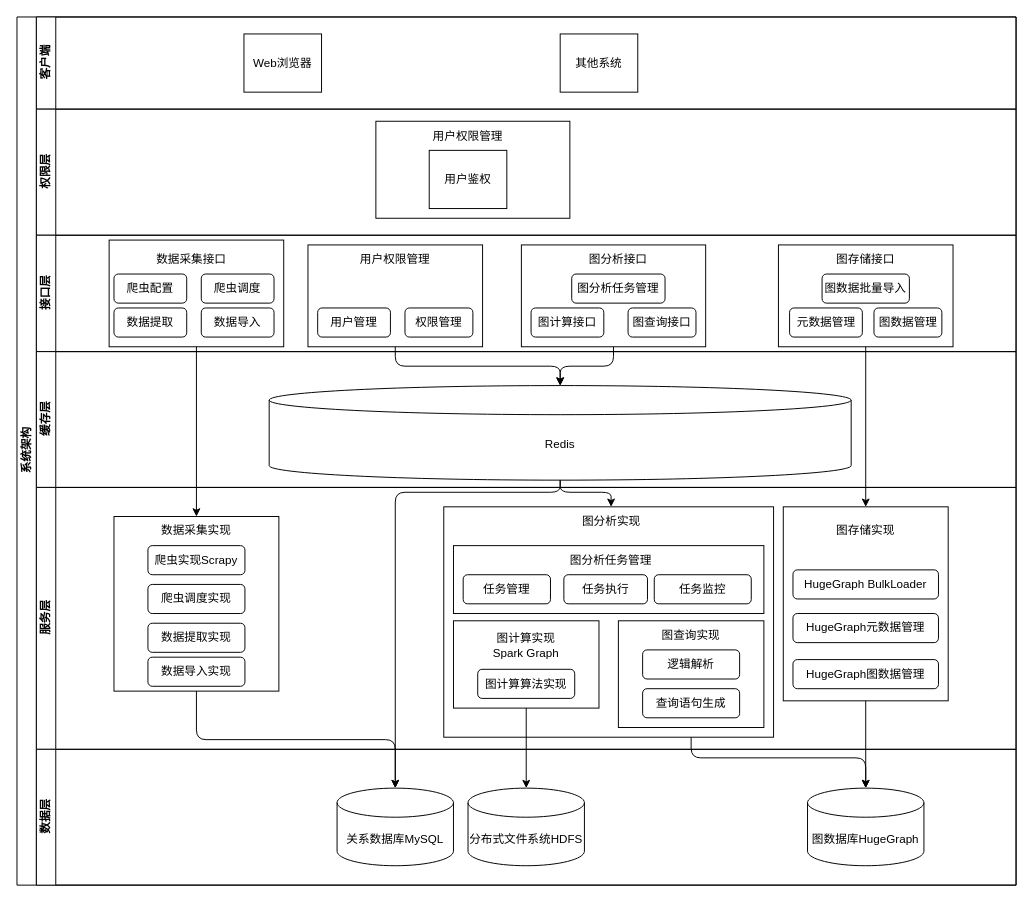
This is 论文架构图.drawio from Missnaughty/drawio, a draw.io file, before an edit. Source tidied: cells renumbered, new cells numbered last; positions are measured from the earlier drawing's top-left corner, leaving out a move shared by most shapes. Both pictures are drawn from the tidied source at 97%, with x=0, y=0 at pixel (16, 16).
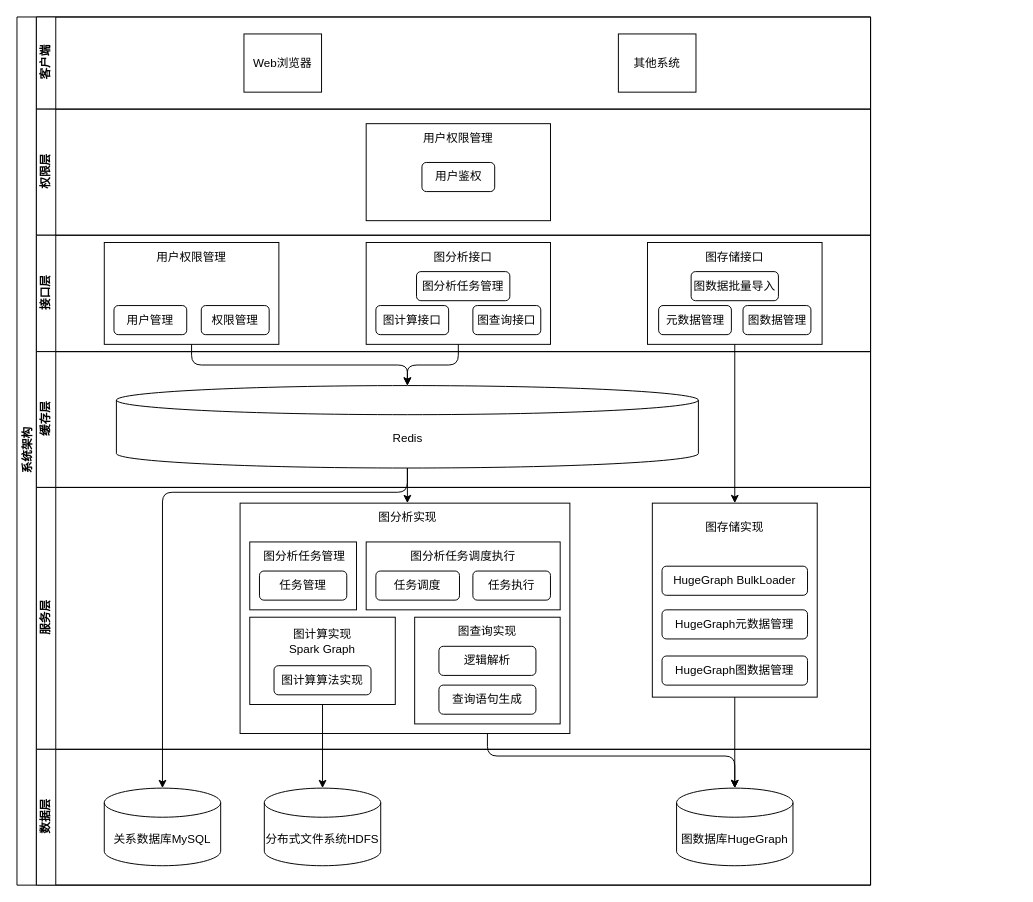
Above is the later version.

Commit message:
更新论文架构图.drawio

What changed in the source:
```diff
@@
     <mxCell id="2" value="系统架构" style="swimlane;html=1;horizontal=0;startSize=20;" parent="1" vertex="1">
-      <mxGeometry width="1030" height="895" as="geometry" />
+      <mxGeometry width="880" height="895" as="geometry" />
     </mxCell>
     <mxCell id="3" value="客户端" style="swimlane;html=1;startSize=20;horizontal=0;" parent="2" vertex="1">
-      <mxGeometry x="20" width="1010" height="95" as="geometry" />
+      <mxGeometry x="20" width="860" height="95" as="geometry" />
     </mxCell>
@@
     <mxCell id="5" value="其他系统" style="rounded=0;whiteSpace=wrap;html=1;fontFamily=Helvetica;fontSize=12;fontColor=#000000;align=center;" parent="3" vertex="1">
-      <mxGeometry x="540" y="17.5" width="80" height="60" as="geometry" />
+      <mxGeometry x="600" y="17.5" width="80" height="60" as="geometry" />
     </mxCell>
     <mxCell id="6" value="权限层" style="swimlane;html=1;startSize=20;horizontal=0;" parent="2" vertex="1">
-      <mxGeometry x="20" y="95" width="1010" height="130" as="geometry" />
+      <mxGeometry x="20" y="95" width="860" height="130" as="geometry" />
     </mxCell>
     <mxCell id="7" style="rounded=0;whiteSpace=wrap;html=1;fontFamily=Helvetica;fontSize=12;fontColor=#000000;align=center;" parent="6" vertex="1">
-      <mxGeometry x="350" y="12.5" width="200" height="100" as="geometry" />
+      <mxGeometry x="340" y="15" width="190" height="100" as="geometry" />
     </mxCell>
+    <mxCell id="9" value="用户权限管理" style="text;html=1;strokeColor=none;fillColor=none;align=center;verticalAlign=middle;whiteSpace=wrap;rounded=0;" parent="6" vertex="1">
+      <mxGeometry x="370" y="15" width="130" height="30" as="geometry" />
+    </mxCell>
-    <mxCell id="8" value="用户鉴权" style="rounded=0;whiteSpace=wrap;html=1;fontFamily=Helvetica;fontSize=12;fontColor=#000000;align=center;" parent="6" vertex="1">
-      <mxGeometry x="405" y="42.5" width="80" height="60" as="geometry" />
+    <mxCell id="8" value="用户鉴权" style="rounded=1;whiteSpace=wrap;html=1;" parent="6" vertex="1">
+      <mxGeometry x="397.5" y="55" width="75" height="30" as="geometry" />
     </mxCell>
-    <mxCell id="9" value="用户权限管理" style="text;html=1;strokeColor=none;fillColor=none;align=center;verticalAlign=middle;whiteSpace=wrap;rounded=0;" parent="6" vertex="1">
-      <mxGeometry x="380" y="12.5" width="130" height="30" as="geometry" />
-    </mxCell>
     <mxCell id="10" value="接口层" style="swimlane;html=1;startSize=20;horizontal=0;" parent="2" vertex="1">
-      <mxGeometry x="20" y="225" width="1010" height="120" as="geometry" />
+      <mxGeometry x="20" y="225" width="860" height="120" as="geometry" />
     </mxCell>
-    <mxCell id="11" style="rounded=0;whiteSpace=wrap;html=1;fontFamily=Helvetica;fontSize=12;fontColor=#000000;align=center;" parent="10" vertex="1">
-      <mxGeometry x="75" y="5" width="180" height="110" as="geometry" />
-    </mxCell>
     <mxCell id="12" style="rounded=0;whiteSpace=wrap;html=1;fontFamily=Helvetica;fontSize=12;fontColor=#000000;align=center;" parent="10" vertex="1">
-      <mxGeometry x="765" y="10" width="180" height="105" as="geometry" />
+      <mxGeometry x="630" y="7.5" width="180" height="105" as="geometry" />
     </mxCell>
     <mxCell id="13" style="rounded=0;whiteSpace=wrap;html=1;fontFamily=Helvetica;fontSize=12;fontColor=#000000;align=center;" parent="10" vertex="1">
-      <mxGeometry x="500" y="10" width="190" height="105" as="geometry" />
+      <mxGeometry x="340" y="7.5" width="190" height="105" as="geometry" />
     </mxCell>
     <mxCell id="14" value="图计算接口" style="rounded=1;whiteSpace=wrap;html=1;" parent="10" vertex="1">
-      <mxGeometry x="510" y="75" width="75" height="30" as="geometry" />
+      <mxGeometry x="350" y="72.5" width="75" height="30" as="geometry" />
     </mxCell>
     <mxCell id="15" value="图查询接口" style="rounded=1;whiteSpace=wrap;html=1;" parent="10" vertex="1">
-      <mxGeometry x="610" y="75" width="70" height="30" as="geometry" />
+      <mxGeometry x="450" y="72.5" width="70" height="30" as="geometry" />
     </mxCell>
     <mxCell id="16" value="图分析接口" style="text;html=1;strokeColor=none;fillColor=none;align=center;verticalAlign=middle;whiteSpace=wrap;rounded=0;" parent="10" vertex="1">
-      <mxGeometry x="560" y="10" width="80" height="30" as="geometry" />
+      <mxGeometry x="400" y="7.5" width="80" height="30" as="geometry" />
     </mxCell>
     <mxCell id="17" value="图存储接口" style="text;html=1;strokeColor=none;fillColor=none;align=center;verticalAlign=middle;whiteSpace=wrap;rounded=0;" parent="10" vertex="1">
-      <mxGeometry x="815" y="10" width="80" height="30" as="geometry" />
+      <mxGeometry x="680" y="7.5" width="80" height="30" as="geometry" />
     </mxCell>
     <mxCell id="18" value="元数据管理" style="rounded=1;whiteSpace=wrap;html=1;" parent="10" vertex="1">
-      <mxGeometry x="776.5" y="75" width="75" height="30" as="geometry" />
+      <mxGeometry x="641.5" y="72.5" width="75" height="30" as="geometry" />
     </mxCell>
     <mxCell id="19" value="图数据管理" style="rounded=1;whiteSpace=wrap;html=1;" parent="10" vertex="1">
-      <mxGeometry x="863.5" y="75" width="70" height="30" as="geometry" />
+      <mxGeometry x="728.5" y="72.5" width="70" height="30" as="geometry" />
     </mxCell>
-    <mxCell id="20" value="数据采集接口" style="text;html=1;strokeColor=none;fillColor=none;align=center;verticalAlign=middle;whiteSpace=wrap;rounded=0;" parent="10" vertex="1">
-      <mxGeometry x="120" y="10" width="80" height="30" as="geometry" />
-    </mxCell>
-    <mxCell id="21" value="爬虫配置" style="rounded=1;whiteSpace=wrap;html=1;" parent="10" vertex="1">
-      <mxGeometry x="80" y="40" width="75" height="30" as="geometry" />
-    </mxCell>
-    <mxCell id="22" value="爬虫调度" style="rounded=1;whiteSpace=wrap;html=1;" parent="10" vertex="1">
-      <mxGeometry x="170" y="40" width="75" height="30" as="geometry" />
-    </mxCell>
-    <mxCell id="23" value="数据导入" style="rounded=1;whiteSpace=wrap;html=1;" parent="10" vertex="1">
-      <mxGeometry x="170" y="75" width="75" height="30" as="geometry" />
-    </mxCell>
-    <mxCell id="24" value="数据提取" style="rounded=1;whiteSpace=wrap;html=1;" parent="10" vertex="1">
-      <mxGeometry x="80" y="75" width="75" height="30" as="geometry" />
-    </mxCell>
     <mxCell id="25" style="rounded=0;whiteSpace=wrap;html=1;fontFamily=Helvetica;fontSize=12;fontColor=#000000;align=center;" parent="10" vertex="1">
-      <mxGeometry x="280" y="10" width="180" height="105" as="geometry" />
+      <mxGeometry x="70" y="7.5" width="180" height="105" as="geometry" />
     </mxCell>
     <mxCell id="26" value="用户权限管理" style="text;html=1;strokeColor=none;fillColor=none;align=center;verticalAlign=middle;whiteSpace=wrap;rounded=0;" parent="10" vertex="1">
-      <mxGeometry x="330" y="10" width="80" height="30" as="geometry" />
+      <mxGeometry x="120" y="7.5" width="80" height="30" as="geometry" />
     </mxCell>
     <mxCell id="27" value="用户管理" style="rounded=1;whiteSpace=wrap;html=1;" parent="10" vertex="1">
-      <mxGeometry x="290" y="75" width="75" height="30" as="geometry" />
+      <mxGeometry x="80" y="72.5" width="75" height="30" as="geometry" />
     </mxCell>
     <mxCell id="28" value="权限管理" style="rounded=1;whiteSpace=wrap;html=1;" parent="10" vertex="1">
-      <mxGeometry x="380" y="75" width="70" height="30" as="geometry" />
+      <mxGeometry x="170" y="72.5" width="70" height="30" as="geometry" />
     </mxCell>
     <mxCell id="29" value="图数据批量导入" style="rounded=1;whiteSpace=wrap;html=1;" parent="10" vertex="1">
-      <mxGeometry x="810" y="40" width="90" height="30" as="geometry" />
+      <mxGeometry x="675" y="37.5" width="90" height="30" as="geometry" />
     </mxCell>
     <mxCell id="30" value="图分析任务管理" style="rounded=1;whiteSpace=wrap;html=1;" parent="10" vertex="1">
-      <mxGeometry x="551.9" y="40" width="96.2" height="30" as="geometry" />
+      <mxGeometry x="391.9" y="37.5" width="96.2" height="30" as="geometry" />
     </mxCell>
     <mxCell id="31" value="缓存层" style="swimlane;html=1;startSize=20;horizontal=0;" parent="2" vertex="1">
-      <mxGeometry x="20" y="345" width="1010" height="140" as="geometry" />
+      <mxGeometry x="20" y="345" width="860" height="140" as="geometry" />
     </mxCell>
     <mxCell id="32" value="Redis" style="shape=cylinder3;whiteSpace=wrap;html=1;boundedLbl=1;backgroundOutline=1;size=15;" parent="31" vertex="1">
-      <mxGeometry x="240" y="35" width="600" height="97.5" as="geometry" />
+      <mxGeometry x="82.5" y="35" width="600" height="85" as="geometry" />
     </mxCell>
@@
     <mxCell id="34" value="服务层" style="swimlane;html=1;startSize=20;horizontal=0;" parent="2" vertex="1">
-      <mxGeometry x="20" y="485" width="1010" height="270" as="geometry" />
+      <mxGeometry x="20" y="485" width="860" height="270" as="geometry" />
     </mxCell>
     <mxCell id="35" style="rounded=0;whiteSpace=wrap;html=1;" parent="34" vertex="1">
-      <mxGeometry x="420" y="20" width="340" height="237.5" as="geometry" />
+      <mxGeometry x="210" y="16.2" width="340" height="237.5" as="geometry" />
     </mxCell>
-    <mxCell id="36" style="rounded=0;whiteSpace=wrap;html=1;fontFamily=Helvetica;fontSize=12;fontColor=#000000;align=center;" parent="34" vertex="1">
-      <mxGeometry x="80" y="30" width="170" height="180" as="geometry" />
-    </mxCell>
-    <mxCell id="37" value="数据采集实现" style="text;html=1;strokeColor=none;fillColor=none;align=center;verticalAlign=middle;whiteSpace=wrap;rounded=0;" parent="34" vertex="1">
-      <mxGeometry x="125" y="30" width="80" height="30" as="geometry" />
-    </mxCell>
     <mxCell id="38" style="rounded=0;whiteSpace=wrap;html=1;fontFamily=Helvetica;fontSize=12;fontColor=#000000;align=center;" parent="34" vertex="1">
-      <mxGeometry x="430" y="137.5" width="150" height="90" as="geometry" />
+      <mxGeometry x="220" y="133.8" width="150" height="90" as="geometry" />
     </mxCell>
     <mxCell id="39" value="图计算算法实现" style="rounded=1;whiteSpace=wrap;html=1;" parent="34" vertex="1">
-      <mxGeometry x="455" y="187.5" width="100" height="30" as="geometry" />
+      <mxGeometry x="245" y="183.8" width="100" height="30" as="geometry" />
     </mxCell>
     <mxCell id="40" value="图计算实现Spark Graph" style="text;html=1;strokeColor=none;fillColor=none;align=center;verticalAlign=middle;whiteSpace=wrap;rounded=0;" parent="34" vertex="1">
-      <mxGeometry x="465" y="147.5" width="80" height="30" as="geometry" />
+      <mxGeometry x="255" y="143.8" width="80" height="30" as="geometry" />
     </mxCell>
     <mxCell id="41" style="rounded=0;whiteSpace=wrap;html=1;fontFamily=Helvetica;fontSize=12;fontColor=#000000;align=center;" parent="34" vertex="1">
-      <mxGeometry x="600" y="137.5" width="150" height="110" as="geometry" />
+      <mxGeometry x="390" y="133.8" width="150" height="110" as="geometry" />
     </mxCell>
     <mxCell id="42" value="图查询实现" style="text;html=1;strokeColor=none;fillColor=none;align=center;verticalAlign=middle;whiteSpace=wrap;rounded=0;" parent="34" vertex="1">
-      <mxGeometry x="635" y="137.5" width="80" height="30" as="geometry" />
+      <mxGeometry x="425" y="133.8" width="80" height="30" as="geometry" />
     </mxCell>
     <mxCell id="43" value="逻辑解析" style="rounded=1;whiteSpace=wrap;html=1;" parent="34" vertex="1">
-      <mxGeometry x="625" y="167.5" width="100" height="30" as="geometry" />
+      <mxGeometry x="415" y="163.8" width="100" height="30" as="geometry" />
     </mxCell>
     <mxCell id="44" value="查询语句生成" style="rounded=1;whiteSpace=wrap;html=1;" parent="34" vertex="1">
-      <mxGeometry x="625" y="207.5" width="100" height="30" as="geometry" />
+      <mxGeometry x="415" y="203.8" width="100" height="30" as="geometry" />
     </mxCell>
-    <mxCell id="45" value="爬虫实现Scrapy" style="rounded=1;whiteSpace=wrap;html=1;" parent="34" vertex="1">
-      <mxGeometry x="115" y="60" width="100" height="30" as="geometry" />
-    </mxCell>
-    <mxCell id="46" value="爬虫调度实现" style="rounded=1;whiteSpace=wrap;html=1;" parent="34" vertex="1">
-      <mxGeometry x="115" y="100" width="100" height="30" as="geometry" />
-    </mxCell>
-    <mxCell id="47" value="数据提取实现" style="rounded=1;whiteSpace=wrap;html=1;" parent="34" vertex="1">
-      <mxGeometry x="115" y="140" width="100" height="30" as="geometry" />
-    </mxCell>
-    <mxCell id="48" value="数据导入实现" style="rounded=1;whiteSpace=wrap;html=1;" parent="34" vertex="1">
-      <mxGeometry x="115" y="175" width="100" height="30" as="geometry" />
-    </mxCell>
     <mxCell id="49" style="rounded=0;whiteSpace=wrap;html=1;fontFamily=Helvetica;fontSize=12;fontColor=#000000;align=center;" parent="34" vertex="1">
-      <mxGeometry x="430" y="60" width="320" height="70" as="geometry" />
+      <mxGeometry x="220" y="56.2" width="110" height="70" as="geometry" />
     </mxCell>
     <mxCell id="50" value="图分析任务管理" style="text;html=1;strokeColor=none;fillColor=none;align=center;verticalAlign=middle;whiteSpace=wrap;rounded=0;" parent="34" vertex="1">
-      <mxGeometry x="546.2" y="60" width="92.5" height="30" as="geometry" />
+      <mxGeometry x="230" y="56.2" width="92.5" height="30" as="geometry" />
     </mxCell>
     <mxCell id="51" value="任务管理" style="rounded=1;whiteSpace=wrap;html=1;" parent="34" vertex="1">
-      <mxGeometry x="440" y="90" width="90" height="30" as="geometry" />
+      <mxGeometry x="230" y="86.2" width="90" height="30" as="geometry" />
     </mxCell>
-    <mxCell id="52" value="任务执行" style="rounded=1;whiteSpace=wrap;html=1;" parent="34" vertex="1">
-      <mxGeometry x="543.8" y="90" width="86.2" height="30" as="geometry" />
-    </mxCell>
-    <mxCell id="53" value="任务监控" style="rounded=1;whiteSpace=wrap;html=1;" parent="34" vertex="1">
-      <mxGeometry x="637" y="90" width="100" height="30" as="geometry" />
-    </mxCell>
+    <mxCell id="73" style="rounded=0;whiteSpace=wrap;html=1;fontFamily=Helvetica;fontSize=12;fontColor=#000000;align=center;" parent="34" vertex="1">
+      <mxGeometry x="340" y="56.2" width="200" height="70" as="geometry" />
+    </mxCell>
     <mxCell id="54" value="图分析实现" style="text;html=1;strokeColor=none;fillColor=none;align=center;verticalAlign=middle;whiteSpace=wrap;rounded=0;" parent="34" vertex="1">
-      <mxGeometry x="552.5" y="20" width="80" height="30" as="geometry" />
+      <mxGeometry x="342.5" y="16.2" width="80" height="30" as="geometry" />
     </mxCell>
     <mxCell id="55" style="rounded=0;whiteSpace=wrap;html=1;fontFamily=Helvetica;fontSize=12;fontColor=#000000;align=center;" parent="34" vertex="1">
-      <mxGeometry x="770" y="20" width="170" height="200" as="geometry" />
+      <mxGeometry x="635" y="16.2" width="170" height="200" as="geometry" />
     </mxCell>
     <mxCell id="56" value="图存储实现" style="text;html=1;strokeColor=none;fillColor=none;align=center;verticalAlign=middle;whiteSpace=wrap;rounded=0;" parent="34" vertex="1">
-      <mxGeometry x="815" y="30" width="80" height="30" as="geometry" />
+      <mxGeometry x="680" y="26.2" width="80" height="30" as="geometry" />
     </mxCell>
     <mxCell id="57" value="HugeGraph&amp;nbsp;BulkLoader" style="rounded=1;whiteSpace=wrap;html=1;" parent="34" vertex="1">
-      <mxGeometry x="780" y="85" width="150" height="30" as="geometry" />
+      <mxGeometry x="645" y="81.2" width="150" height="30" as="geometry" />
     </mxCell>
     <mxCell id="58" value="HugeGraph图数据管理" style="rounded=1;whiteSpace=wrap;html=1;" parent="34" vertex="1">
-      <mxGeometry x="780" y="177.5" width="150" height="30" as="geometry" />
+      <mxGeometry x="645" y="173.8" width="150" height="30" as="geometry" />
     </mxCell>
     <mxCell id="59" value="HugeGraph元数据管理" style="rounded=1;whiteSpace=wrap;html=1;" parent="34" vertex="1">
-      <mxGeometry x="780" y="130" width="150" height="30" as="geometry" />
+      <mxGeometry x="645" y="126.2" width="150" height="30" as="geometry" />
     </mxCell>
-    <mxCell id="60" style="edgeStyle=orthogonalEdgeStyle;rounded=1;jettySize=auto;html=1;exitX=0.5;exitY=1;exitDx=0;exitDy=0;entryX=0.5;entryY=0;entryDx=0;entryDy=0;entryPerimeter=0;curved=0;" parent="2" edge="1" source="36" target="67">
-      <mxGeometry relative="1" as="geometry" />
-    </mxCell>
+    <mxCell id="52" value="任务调度" style="rounded=1;whiteSpace=wrap;html=1;" parent="34" vertex="1">
+      <mxGeometry x="350" y="86.2" width="86.2" height="30" as="geometry" />
+    </mxCell>
+    <mxCell id="53" value="任务执行" style="rounded=1;whiteSpace=wrap;html=1;" parent="34" vertex="1">
+      <mxGeometry x="450" y="86.2" width="80" height="30" as="geometry" />
+    </mxCell>
+    <mxCell id="74" value="图分析任务调度执行" style="text;html=1;strokeColor=none;fillColor=none;align=center;verticalAlign=middle;whiteSpace=wrap;rounded=0;" parent="34" vertex="1">
+      <mxGeometry x="381.9" y="56.2" width="116.2" height="30" as="geometry" />
+    </mxCell>
@@
-    <mxCell id="62" style="edgeStyle=orthogonalEdgeStyle;rounded=0;jettySize=auto;html=1;exitX=0.5;exitY=1;exitDx=0;exitDy=0;entryX=0.5;entryY=0;entryDx=0;entryDy=0;" parent="2" edge="1" source="11" target="36">
-      <mxGeometry relative="1" as="geometry" />
-    </mxCell>
@@
     <mxCell id="65" value="数据层" style="swimlane;html=1;startSize=20;horizontal=0;" parent="2" vertex="1">
-      <mxGeometry x="20" y="755" width="1010" height="140" as="geometry" />
+      <mxGeometry x="20" y="755" width="860" height="140" as="geometry" />
     </mxCell>
     <mxCell id="66" value="图数据库HugeGraph" style="shape=cylinder3;whiteSpace=wrap;html=1;boundedLbl=1;backgroundOutline=1;size=15;" parent="65" vertex="1">
-      <mxGeometry x="795" y="40" width="120" height="80" as="geometry" />
+      <mxGeometry x="660" y="40" width="120" height="80" as="geometry" />
     </mxCell>
     <mxCell id="67" value="关系数据库MySQL" style="shape=cylinder3;whiteSpace=wrap;html=1;boundedLbl=1;backgroundOutline=1;size=15;" parent="65" vertex="1">
-      <mxGeometry x="310" y="40" width="120" height="80" as="geometry" />
+      <mxGeometry x="70" y="40" width="120" height="80" as="geometry" />
     </mxCell>
     <mxCell id="68" value="分布式文件系统HDFS" style="shape=cylinder3;whiteSpace=wrap;html=1;boundedLbl=1;backgroundOutline=1;size=15;" parent="65" vertex="1">
-      <mxGeometry x="445" y="40" width="120" height="80" as="geometry" />
+      <mxGeometry x="235" y="40" width="120" height="80" as="geometry" />
     </mxCell>
@@
+    <mxCell id="72" style="edgeStyle=orthogonalEdgeStyle;rounded=0;jettySize=auto;html=1;exitX=0.5;exitY=1;exitDx=0;exitDy=0;exitPerimeter=0;entryX=0.5;entryY=0;entryDx=0;entryDy=0;" parent="2" edge="1" source="32" target="54">
+      <mxGeometry relative="1" as="geometry" />
+    </mxCell>
-    <mxCell id="71" style="edgeStyle=orthogonalEdgeStyle;rounded=1;jettySize=auto;html=1;exitX=0.5;exitY=1;exitDx=0;exitDy=0;exitPerimeter=0;curved=0;" parent="2" edge="1" source="32" target="67">
+    <mxCell id="71" style="edgeStyle=orthogonalEdgeStyle;rounded=1;jettySize=auto;html=1;exitX=0.5;exitY=1;exitDx=0;exitDy=0;exitPerimeter=0;entryX=0.5;entryY=0;entryDx=0;entryDy=0;entryPerimeter=0;curved=0;" parent="2" edge="1" source="32" target="67">
       <mxGeometry relative="1" as="geometry">
         <Array as="points">
-          <mxPoint x="560" y="490" />
-          <mxPoint x="390" y="490" />
+          <mxPoint x="403" y="490" />
+          <mxPoint x="150" y="490" />
         </Array>
       </mxGeometry>
     </mxCell>
-    <mxCell id="72" style="edgeStyle=orthogonalEdgeStyle;rounded=1;jettySize=auto;html=1;exitX=0.5;exitY=1;exitDx=0;exitDy=0;exitPerimeter=0;entryX=0.5;entryY=0;entryDx=0;entryDy=0;curved=0;" parent="2" edge="1" source="32" target="54">
-      <mxGeometry relative="1" as="geometry">
-        <Array as="points">
-          <mxPoint x="560" y="490" />
-          <mxPoint x="613" y="490" />
-        </Array>
-      </mxGeometry>
-    </mxCell>
```
